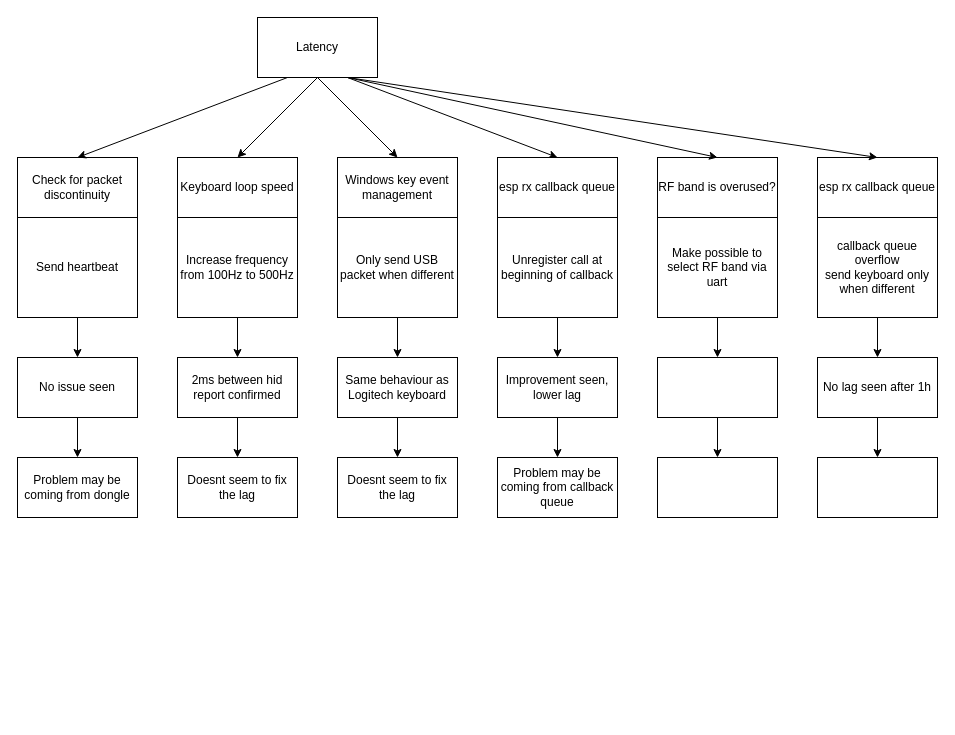
PumaFPV/PMK keeps this draw.io diagram as Software/Ticket documentation/Fix buffering queue (input lag)/Fix buffering queue (input lag).drawio. Above is the earlier version. Source tidied: cells renumbered, new cells numbered last; positions are measured from the earlier drawing's top-left corner, leaving out a move shared by most shapes. Both pictures are drawn from the tidied source at 100%, with x=0, y=0 at pixel (17, 17).
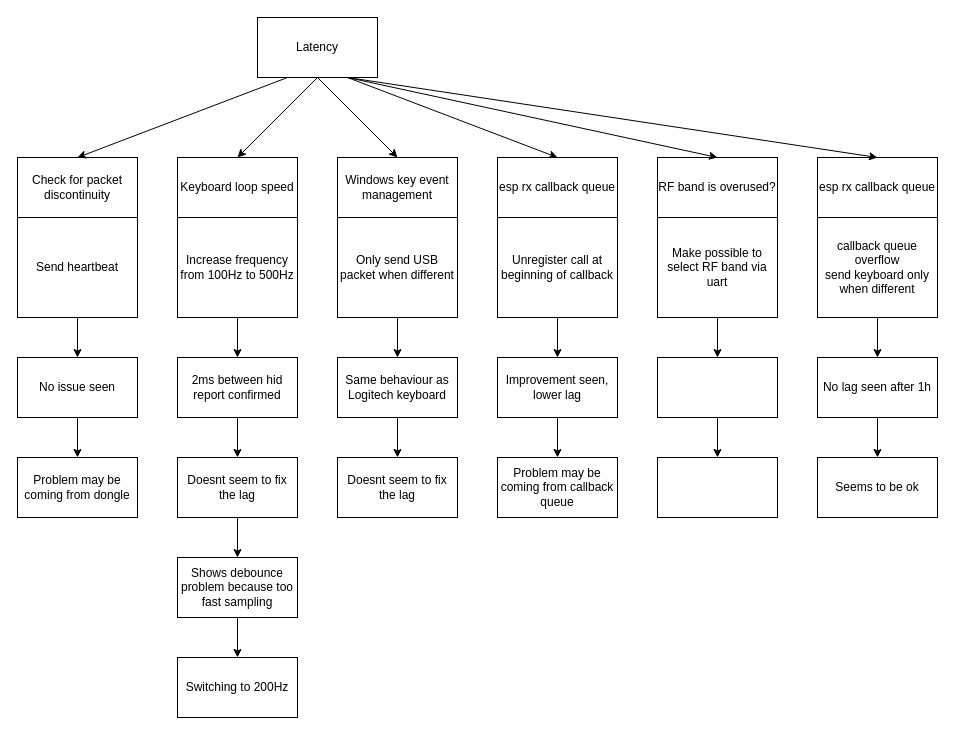
The same page after the edit.

The change refers to these unchanged cells:
```xml
<mxCell id="16" value="Doesnt seem to fix the lag" style="rounded=0;whiteSpace=wrap;html=1;" parent="1" vertex="1">
  <mxGeometry x="160" y="440" width="120" height="60" as="geometry" />
</mxCell>
```

Change to the diagram source:
```diff
@@
+    <mxCell id="45" style="edgeStyle=orthogonalEdgeStyle;rounded=0;jettySize=auto;html=1;" parent="1" edge="1" source="16" target="47">
+      <mxGeometry relative="1" as="geometry" />
+    </mxCell>
@@
-    <mxCell id="40" style="rounded=0;whiteSpace=wrap;html=1;" parent="1" vertex="1">
+    <mxCell id="40" value="Seems to be ok" style="rounded=0;whiteSpace=wrap;html=1;" parent="1" vertex="1">
       <mxGeometry x="800" y="440" width="120" height="60" as="geometry" />
     </mxCell>
@@
+    <mxCell id="46" style="edgeStyle=orthogonalEdgeStyle;rounded=0;jettySize=auto;html=1;" parent="1" edge="1" source="47" target="48">
+      <mxGeometry relative="1" as="geometry" />
+    </mxCell>
+    <mxCell id="47" value="Shows debounce problem because too fast sampling" style="whiteSpace=wrap;html=1;rounded=0;" parent="1" vertex="1">
+      <mxGeometry x="160" y="540" width="120" height="60" as="geometry" />
+    </mxCell>
+    <mxCell id="48" value="Switching to 200Hz" style="whiteSpace=wrap;html=1;rounded=0;" parent="1" vertex="1">
+      <mxGeometry x="160" y="640" width="120" height="60" as="geometry" />
+    </mxCell>
```
